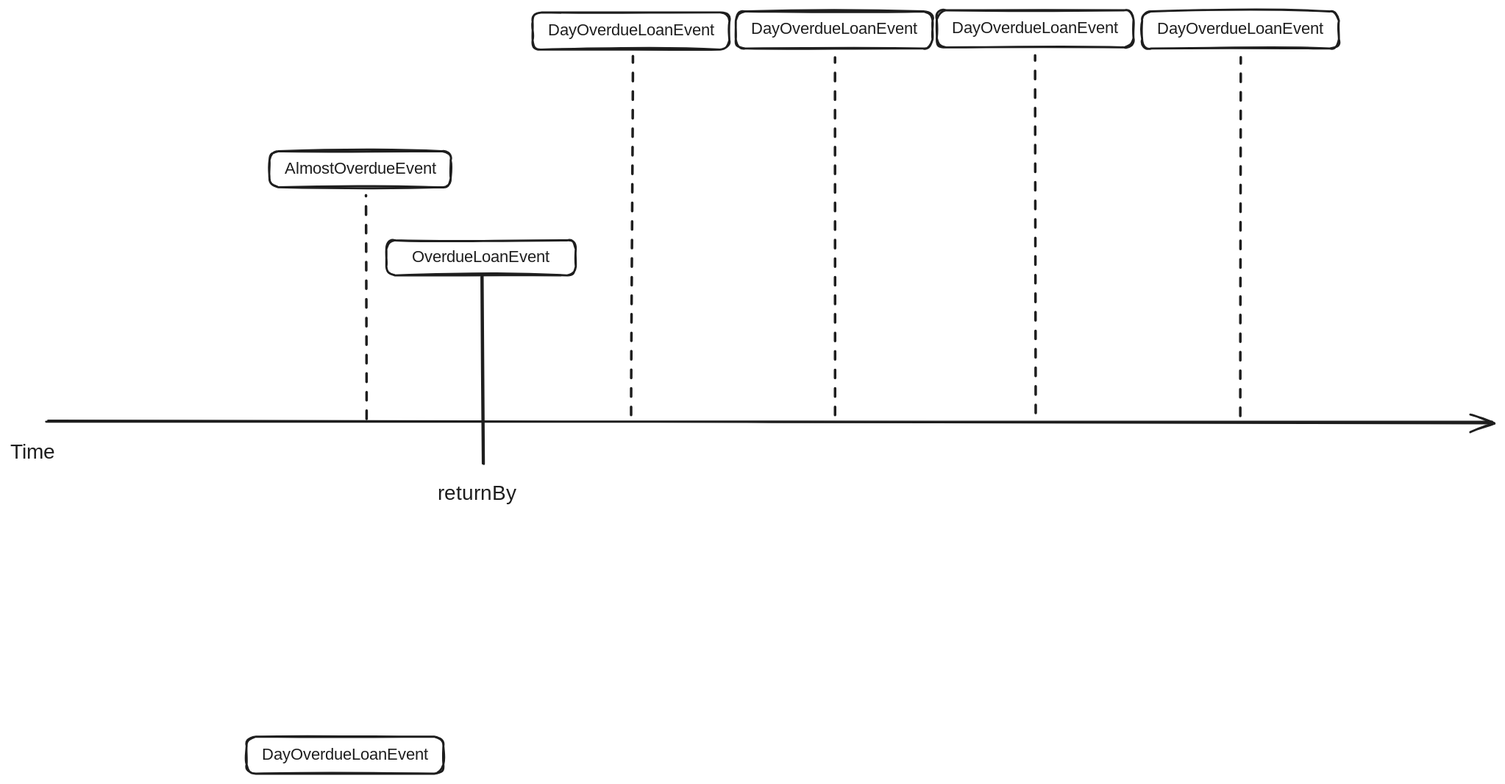
Earlier version of the Excalidraw export documents/design/events/assets/loan-event-timeline.excalidraw.svg (pieter-groenendijk/library-management-system). Source tidied: one line per element, renumbered; positions are measured from the earlier drawing's top-left corner, leaving out a move shared by most shapes.
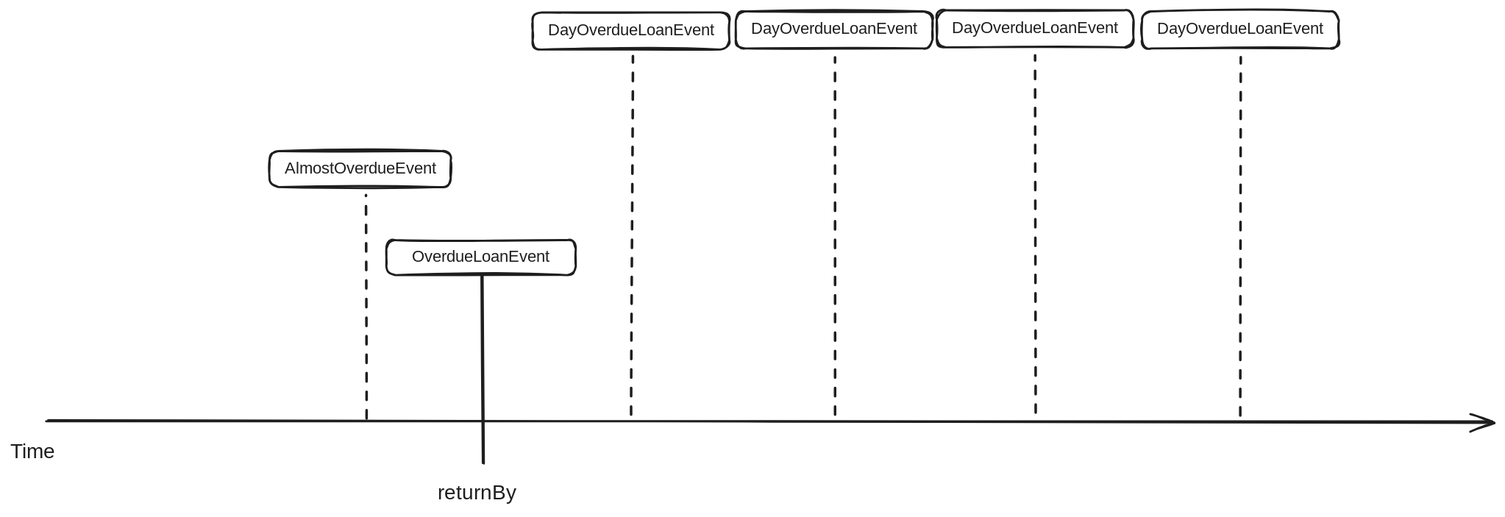
The same file after the commit.

Change to the diagram source:
```diff
@@ -19,5 +19,3 @@
 {"id": 18, "type": "rectangle", "strokeColor": "#1e1e1e", "strokeWidth": 2, "roughness": 1, "round": true, "x": 1099, "y": 1, "width": 191, "height": 36}
 {"id": 19, "type": "text", "text": "DayOverdueLoanEvent", "strokeColor": "#1e1e1e", "strokeWidth": 2, "roughness": 1, "fontSize": 16, "fontFamily": 5, "textAlign": "center", "verticalAlign": "middle", "inside": 18, "x": 1107, "y": 9, "width": 175, "height": 20}
 {"id": 20, "type": "line", "strokeColor": "#1e1e1e", "strokeWidth": 2, "strokeStyle": "dashed", "roughness": 1, "round": true, "x": 1195, "y": 393, "width": 0, "height": 348, "points": [[0, 0], [0, -348]]}
-{"id": 21, "type": "rectangle", "strokeColor": "#1e1e1e", "strokeWidth": 2, "roughness": 1, "round": true, "x": 229, "y": 705, "width": 191, "height": 36}
-{"id": 22, "type": "text", "text": "DayOverdueLoanEvent", "strokeColor": "#1e1e1e", "strokeWidth": 2, "roughness": 1, "fontSize": 16, "fontFamily": 5, "textAlign": "center", "verticalAlign": "middle", "inside": 21, "x": 237, "y": 713, "width": 175, "height": 20}
```
